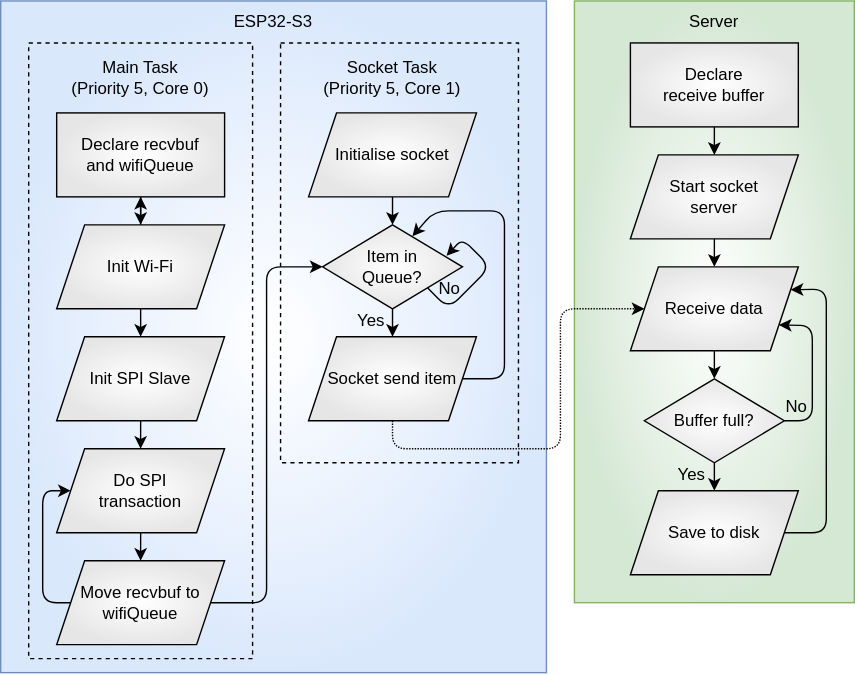
Earlier version of the draw.io export Figures/espspiwififlow.drawio.svg (UnknownDK/ES10-Drowning). Source tidied: cells renumbered, new cells last; positions are measured from the earlier drawing's top-left corner, leaving out a move shared by most shapes. The source it was exported from:
```xml
<mxGraphModel>
  <root>
    <mxCell id="0" />
    <mxCell id="1" parent="0" />
    <mxCell id="2" style="rounded=0;whiteSpace=wrap;html=1;strokeColor=#6C8EBF;fillColor=default;gradientColor=#DAE8FC;gradientDirection=radial;" parent="1" vertex="1">
      <mxGeometry width="390" height="480" as="geometry" />
    </mxCell>
    <mxCell id="3" style="rounded=0;whiteSpace=wrap;html=1;fillColor=none;dashed=1;" parent="1" vertex="1">
      <mxGeometry x="20" y="30" width="160" height="440" as="geometry" />
    </mxCell>
    <mxCell id="4" style="rounded=0;whiteSpace=wrap;html=1;strokeColor=#82b366;fillColor=#FFFFFF;gradientDirection=radial;gradientColor=#D5E8D4;" parent="1" vertex="1">
      <mxGeometry x="410" width="200" height="430" as="geometry" />
    </mxCell>
    <mxCell id="5" style="rounded=0;whiteSpace=wrap;html=1;fillColor=none;dashed=1;" parent="1" vertex="1">
      <mxGeometry x="200" y="30" width="170" height="300" as="geometry" />
    </mxCell>
    <mxCell id="6" value="Socket Task (Priority 5, Core 1)" style="text;html=1;strokeColor=none;fillColor=none;align=center;verticalAlign=middle;whiteSpace=wrap;rounded=0;dashed=1;" parent="1" vertex="1">
      <mxGeometry x="225" y="40" width="110" height="30" as="geometry" />
    </mxCell>
    <mxCell id="7" value="Main Task&lt;br&gt;(Priority 5, Core 0)" style="text;html=1;strokeColor=none;fillColor=none;align=center;verticalAlign=middle;whiteSpace=wrap;rounded=0;dashed=1;" parent="1" vertex="1">
      <mxGeometry x="45" y="40" width="110" height="30" as="geometry" />
    </mxCell>
    <mxCell id="8" value="Init SPI Slave" style="shape=parallelogram;perimeter=parallelogramPerimeter;whiteSpace=wrap;html=1;fixedSize=1;gradientColor=#E6E6E6;gradientDirection=radial;" parent="1" vertex="1">
      <mxGeometry x="40" y="240" width="120" height="60" as="geometry" />
    </mxCell>
    <mxCell id="9" value="Declare recvbuf and&amp;nbsp;wifiQueue" style="rounded=0;whiteSpace=wrap;html=1;strokeColor=default;gradientColor=#E6E6E6;gradientDirection=radial;" parent="1" vertex="1">
      <mxGeometry x="40" y="80" width="120" height="60" as="geometry" />
    </mxCell>
    <mxCell id="10" style="edgeStyle=none;html=1;" parent="1" edge="1" source="11" target="9">
      <mxGeometry relative="1" as="geometry" />
    </mxCell>
    <mxCell id="11" value="Init Wi-Fi" style="shape=parallelogram;perimeter=parallelogramPerimeter;whiteSpace=wrap;html=1;fixedSize=1;gradientColor=#E6E6E6;gradientDirection=radial;" parent="1" vertex="1">
      <mxGeometry x="40" y="160" width="120" height="60" as="geometry" />
    </mxCell>
    <mxCell id="12" value="Do SPI&lt;br&gt;transaction" style="shape=parallelogram;perimeter=parallelogramPerimeter;whiteSpace=wrap;html=1;fixedSize=1;gradientColor=#E6E6E6;gradientDirection=radial;" parent="1" vertex="1">
      <mxGeometry x="40" y="320" width="120" height="60" as="geometry" />
    </mxCell>
    <mxCell id="13" value="Initialise socket" style="shape=parallelogram;perimeter=parallelogramPerimeter;whiteSpace=wrap;html=1;fixedSize=1;gradientColor=#E6E6E6;gradientDirection=radial;" parent="1" vertex="1">
      <mxGeometry x="220" y="80" width="120" height="60" as="geometry" />
    </mxCell>
    <mxCell id="14" value="Item in&lt;br&gt;Queue?" style="rhombus;whiteSpace=wrap;html=1;strokeColor=default;gradientColor=#E6E6E6;gradientDirection=radial;" parent="1" vertex="1">
      <mxGeometry x="230" y="160" width="100" height="60" as="geometry" />
    </mxCell>
    <mxCell id="15" value="Socket send item" style="shape=parallelogram;perimeter=parallelogramPerimeter;whiteSpace=wrap;html=1;fixedSize=1;gradientColor=#E6E6E6;gradientDirection=radial;" parent="1" vertex="1">
      <mxGeometry x="220" y="240" width="120" height="60" as="geometry" />
    </mxCell>
    <mxCell id="16" value="Move recvbuf to&lt;br&gt;wifiQueue" style="shape=parallelogram;perimeter=parallelogramPerimeter;whiteSpace=wrap;html=1;fixedSize=1;gradientColor=#E6E6E6;gradientDirection=radial;" parent="1" vertex="1">
      <mxGeometry x="40" y="400" width="120" height="60" as="geometry" />
    </mxCell>
    <mxCell id="17" style="endArrow=classic;html=1;exitX=0.5;exitY=1;exitDx=0;exitDy=0;entryX=0.5;entryY=0;entryDx=0;entryDy=0;" parent="1" edge="1" source="9" target="11">
      <mxGeometry relative="1" as="geometry" />
    </mxCell>
    <mxCell id="18" style="endArrow=classic;html=1;exitX=0.5;exitY=1;exitDx=0;exitDy=0;entryX=0.5;entryY=0;entryDx=0;entryDy=0;" parent="1" edge="1" source="11" target="8">
      <mxGeometry relative="1" as="geometry" />
    </mxCell>
    <mxCell id="19" style="endArrow=classic;html=1;exitX=0.5;exitY=1;exitDx=0;exitDy=0;entryX=0.5;entryY=0;entryDx=0;entryDy=0;" parent="1" edge="1" source="8" target="12">
      <mxGeometry relative="1" as="geometry" />
    </mxCell>
    <mxCell id="20" style="endArrow=classic;html=1;exitX=0.5;exitY=1;exitDx=0;exitDy=0;entryX=0.5;entryY=0;entryDx=0;entryDy=0;" parent="1" edge="1" source="12" target="16">
      <mxGeometry relative="1" as="geometry" />
    </mxCell>
    <mxCell id="21" style="endArrow=classic;html=1;exitX=0.5;exitY=1;exitDx=0;exitDy=0;entryX=0.5;entryY=0;entryDx=0;entryDy=0;" parent="1" edge="1" source="13" target="14">
      <mxGeometry relative="1" as="geometry" />
    </mxCell>
    <mxCell id="22" style="endArrow=classic;html=1;exitX=1;exitY=1;exitDx=0;exitDy=0;entryX=0.886;entryY=0.369;entryDx=0;entryDy=0;entryPerimeter=0;" parent="1" edge="1" source="14" target="14">
      <mxGeometry relative="1" as="geometry">
        <Array as="points">
          <mxPoint x="320" y="220" />
          <mxPoint x="350" y="190" />
          <mxPoint x="330" y="170" />
        </Array>
      </mxGeometry>
    </mxCell>
    <mxCell id="23" style="endArrow=classic;html=1;exitX=1;exitY=0.5;exitDx=0;exitDy=0;entryX=0;entryY=0.5;entryDx=0;entryDy=0;" parent="1" edge="1" source="16" target="14">
      <mxGeometry relative="1" as="geometry">
        <Array as="points">
          <mxPoint x="190" y="430" />
          <mxPoint x="190" y="190" />
        </Array>
      </mxGeometry>
    </mxCell>
    <mxCell id="24" value="No" style="text;html=1;strokeColor=none;fillColor=none;align=center;verticalAlign=middle;whiteSpace=wrap;rounded=0;" parent="1" vertex="1">
      <mxGeometry x="291" y="191" width="60" height="30" as="geometry" />
    </mxCell>
    <mxCell id="25" style="endArrow=classic;html=1;exitX=0.5;exitY=1;exitDx=0;exitDy=0;entryX=0.5;entryY=0;entryDx=0;entryDy=0;" parent="1" edge="1" source="14" target="15">
      <mxGeometry relative="1" as="geometry" />
    </mxCell>
    <mxCell id="26" value="Yes" style="text;html=1;strokeColor=none;fillColor=none;align=center;verticalAlign=middle;whiteSpace=wrap;rounded=0;" parent="1" vertex="1">
      <mxGeometry x="235" y="214" width="60" height="30" as="geometry" />
    </mxCell>
    <mxCell id="27" value="ESP32-S3" style="text;html=1;strokeColor=none;fillColor=none;align=center;verticalAlign=middle;whiteSpace=wrap;rounded=0;dashed=1;" parent="1" vertex="1">
      <mxGeometry x="140" width="110" height="30" as="geometry" />
    </mxCell>
    <mxCell id="28" value="Server" style="text;html=1;strokeColor=none;fillColor=none;align=center;verticalAlign=middle;whiteSpace=wrap;rounded=0;dashed=1;" parent="1" vertex="1">
      <mxGeometry x="455" width="110" height="30" as="geometry" />
    </mxCell>
    <mxCell id="29" value="Start socket&lt;br&gt;server" style="shape=parallelogram;perimeter=parallelogramPerimeter;whiteSpace=wrap;html=1;fixedSize=1;gradientColor=#E6E6E6;gradientDirection=radial;" parent="1" vertex="1">
      <mxGeometry x="450" y="110" width="120" height="60" as="geometry" />
    </mxCell>
    <mxCell id="30" value="Buffer full?" style="rhombus;whiteSpace=wrap;html=1;strokeColor=default;gradientColor=#E6E6E6;gradientDirection=radial;" parent="1" vertex="1">
      <mxGeometry x="460" y="270" width="100" height="60" as="geometry" />
    </mxCell>
    <mxCell id="31" value="Declare&lt;br&gt;receive buffer" style="rounded=0;whiteSpace=wrap;html=1;strokeColor=default;gradientColor=#E6E6E6;gradientDirection=radial;" parent="1" vertex="1">
      <mxGeometry x="450" y="30" width="120" height="60" as="geometry" />
    </mxCell>
    <mxCell id="32" value="Save to disk" style="shape=parallelogram;perimeter=parallelogramPerimeter;whiteSpace=wrap;html=1;fixedSize=1;gradientColor=#E6E6E6;gradientDirection=radial;" parent="1" vertex="1">
      <mxGeometry x="450" y="350" width="120" height="60" as="geometry" />
    </mxCell>
    <mxCell id="33" style="endArrow=classic;html=1;exitX=0.5;exitY=1;exitDx=0;exitDy=0;entryX=0.5;entryY=0;entryDx=0;entryDy=0;" parent="1" edge="1" source="30" target="32">
      <mxGeometry relative="1" as="geometry" />
    </mxCell>
    <mxCell id="34" style="endArrow=classic;html=1;exitX=0.5;exitY=1;exitDx=0;exitDy=0;entryX=0.5;entryY=0;entryDx=0;entryDy=0;" parent="1" edge="1" source="31" target="29">
      <mxGeometry relative="1" as="geometry" />
    </mxCell>
    <mxCell id="35" value="Yes" style="text;html=1;strokeColor=none;fillColor=none;align=center;verticalAlign=middle;whiteSpace=wrap;rounded=0;" parent="1" vertex="1">
      <mxGeometry x="464" y="324" width="60" height="30" as="geometry" />
    </mxCell>
    <mxCell id="36" value="Receive data" style="shape=parallelogram;perimeter=parallelogramPerimeter;whiteSpace=wrap;html=1;fixedSize=1;gradientColor=#E6E6E6;gradientDirection=radial;" parent="1" vertex="1">
      <mxGeometry x="450" y="190" width="120" height="60" as="geometry" />
    </mxCell>
    <mxCell id="37" style="endArrow=classic;html=1;exitX=0.5;exitY=1;exitDx=0;exitDy=0;entryX=0.5;entryY=0;entryDx=0;entryDy=0;" parent="1" edge="1" source="29" target="36">
      <mxGeometry relative="1" as="geometry" />
    </mxCell>
    <mxCell id="38" style="endArrow=classic;html=1;exitX=0.5;exitY=1;exitDx=0;exitDy=0;entryX=0.5;entryY=0;entryDx=0;entryDy=0;" parent="1" edge="1" source="36" target="30">
      <mxGeometry relative="1" as="geometry" />
    </mxCell>
    <mxCell id="39" style="endArrow=classic;html=1;entryX=1;entryY=0.75;entryDx=0;entryDy=0;exitX=1;exitY=0.5;exitDx=0;exitDy=0;" parent="1" edge="1" source="30" target="36">
      <mxGeometry relative="1" as="geometry">
        <Array as="points">
          <mxPoint x="580" y="300" />
          <mxPoint x="580" y="232" />
        </Array>
      </mxGeometry>
    </mxCell>
    <mxCell id="40" value="No" style="text;html=1;strokeColor=none;fillColor=none;align=center;verticalAlign=middle;whiteSpace=wrap;rounded=0;dashed=1;" parent="1" vertex="1">
      <mxGeometry x="539" y="275" width="60" height="30" as="geometry" />
    </mxCell>
    <mxCell id="41" style="endArrow=classic;html=1;entryX=1;entryY=0.25;entryDx=0;entryDy=0;exitX=1;exitY=0.5;exitDx=0;exitDy=0;" parent="1" edge="1" source="32" target="36">
      <mxGeometry relative="1" as="geometry">
        <Array as="points">
          <mxPoint x="590" y="380" />
          <mxPoint x="590" y="206" />
        </Array>
      </mxGeometry>
    </mxCell>
    <mxCell id="42" style="endArrow=classic;html=1;exitX=1;exitY=0.5;exitDx=0;exitDy=0;entryX=0.642;entryY=0.137;entryDx=0;entryDy=0;entryPerimeter=0;" parent="1" edge="1" source="15" target="14">
      <mxGeometry relative="1" as="geometry">
        <Array as="points">
          <mxPoint x="360" y="270" />
          <mxPoint x="360" y="150" />
          <mxPoint x="310" y="150" />
        </Array>
      </mxGeometry>
    </mxCell>
    <mxCell id="43" style="endArrow=classic;html=1;exitX=0.5;exitY=1;exitDx=0;exitDy=0;entryX=0;entryY=0.5;entryDx=0;entryDy=0;dashed=1;dashPattern=1 1;" parent="1" edge="1" source="15" target="36">
      <mxGeometry relative="1" as="geometry">
        <Array as="points">
          <mxPoint x="280" y="320" />
          <mxPoint x="400" y="320" />
          <mxPoint x="400" y="220" />
        </Array>
      </mxGeometry>
    </mxCell>
    <mxCell id="44" style="endArrow=classic;html=1;exitX=0;exitY=0.5;exitDx=0;exitDy=0;entryX=0;entryY=0.5;entryDx=0;entryDy=0;" parent="1" edge="1" source="16" target="12">
      <mxGeometry relative="1" as="geometry">
        <Array as="points">
          <mxPoint x="30" y="430" />
          <mxPoint x="30" y="350" />
        </Array>
      </mxGeometry>
    </mxCell>
  </root>
</mxGraphModel>
```
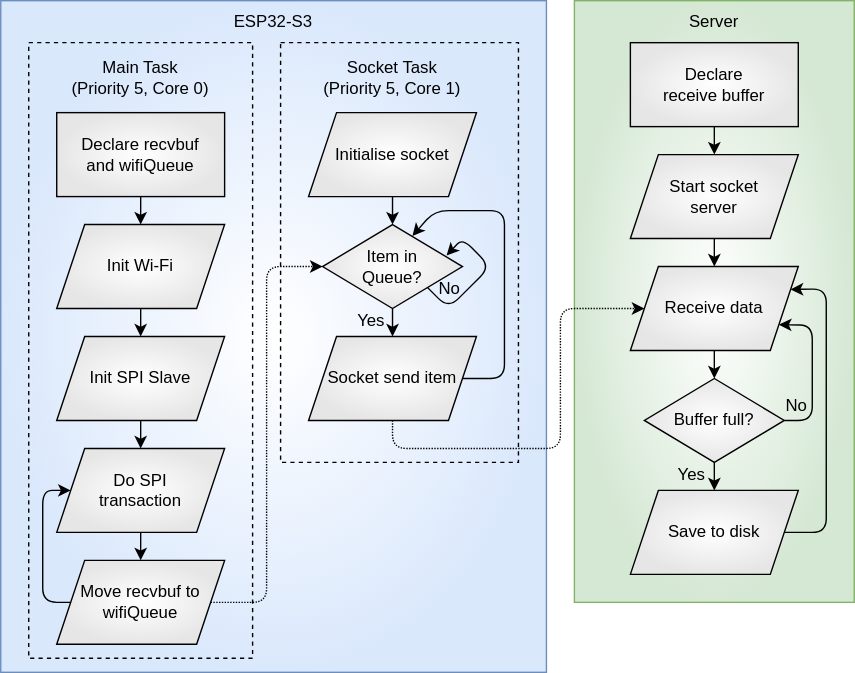
Later version of the same file.

Diff of the diagram source:
```diff
@@ -26,9 +26,6 @@
     <mxCell id="9" value="Declare recvbuf and&amp;nbsp;wifiQueue" style="rounded=0;whiteSpace=wrap;html=1;strokeColor=default;gradientColor=#E6E6E6;gradientDirection=radial;" parent="1" vertex="1">
       <mxGeometry x="40" y="80" width="120" height="60" as="geometry" />
     </mxCell>
-    <mxCell id="10" style="edgeStyle=none;html=1;" parent="1" edge="1" source="11" target="9">
-      <mxGeometry relative="1" as="geometry" />
-    </mxCell>
     <mxCell id="11" value="Init Wi-Fi" style="shape=parallelogram;perimeter=parallelogramPerimeter;whiteSpace=wrap;html=1;fixedSize=1;gradientColor=#E6E6E6;gradientDirection=radial;" parent="1" vertex="1">
       <mxGeometry x="40" y="160" width="120" height="60" as="geometry" />
     </mxCell>
@@ -47,9 +44,6 @@
     <mxCell id="16" value="Move recvbuf to&lt;br&gt;wifiQueue" style="shape=parallelogram;perimeter=parallelogramPerimeter;whiteSpace=wrap;html=1;fixedSize=1;gradientColor=#E6E6E6;gradientDirection=radial;" parent="1" vertex="1">
       <mxGeometry x="40" y="400" width="120" height="60" as="geometry" />
     </mxCell>
-    <mxCell id="17" style="endArrow=classic;html=1;exitX=0.5;exitY=1;exitDx=0;exitDy=0;entryX=0.5;entryY=0;entryDx=0;entryDy=0;" parent="1" edge="1" source="9" target="11">
-      <mxGeometry relative="1" as="geometry" />
-    </mxCell>
     <mxCell id="18" style="endArrow=classic;html=1;exitX=0.5;exitY=1;exitDx=0;exitDy=0;entryX=0.5;entryY=0;entryDx=0;entryDy=0;" parent="1" edge="1" source="11" target="8">
       <mxGeometry relative="1" as="geometry" />
     </mxCell>
@@ -71,7 +65,7 @@
         </Array>
       </mxGeometry>
     </mxCell>
-    <mxCell id="23" style="endArrow=classic;html=1;exitX=1;exitY=0.5;exitDx=0;exitDy=0;entryX=0;entryY=0.5;entryDx=0;entryDy=0;" parent="1" edge="1" source="16" target="14">
+    <mxCell id="23" style="endArrow=classic;html=1;exitX=1;exitY=0.5;exitDx=0;exitDy=0;entryX=0;entryY=0.5;entryDx=0;entryDy=0;dashed=1;dashPattern=1 1;" parent="1" edge="1" source="16" target="14">
       <mxGeometry relative="1" as="geometry">
         <Array as="points">
           <mxPoint x="190" y="430" />
@@ -169,5 +163,8 @@
         </Array>
       </mxGeometry>
     </mxCell>
+    <mxCell id="17" style="endArrow=classic;html=1;entryX=0.5;entryY=0;entryDx=0;entryDy=0;exitX=0.5;exitY=1;exitDx=0;exitDy=0;" parent="1" edge="1" source="9" target="11">
+      <mxGeometry relative="1" as="geometry" />
+    </mxCell>
   </root>
 </mxGraphModel>
```
